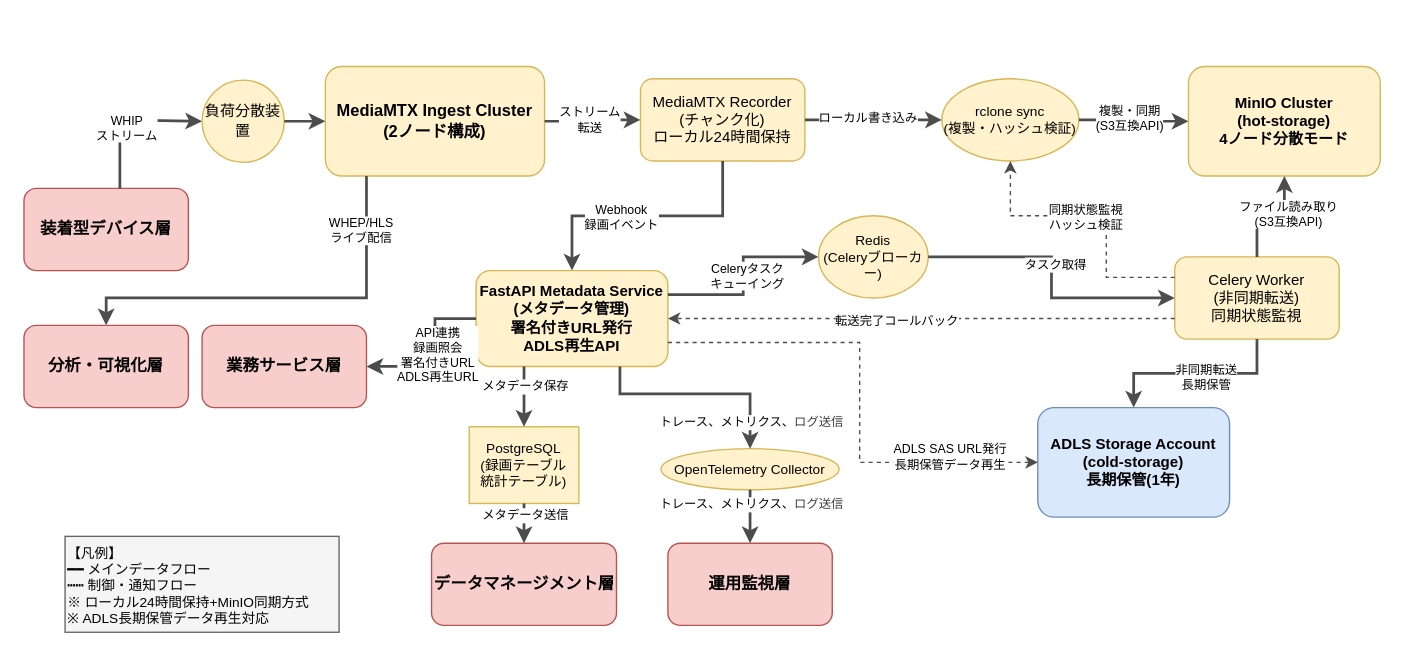
Above: docs/03000_設計書/03020_配信・記録層設計/03022_配信・記録層詳細設計/配信・記録層システム関連図.drawio in daichiTAAA/AirakuVision (draw.io), before the change. Source tidied: cells renumbered, new cells numbered last; positions are measured from the earlier drawing's top-left corner, leaving out a move shared by most shapes. Both pictures are drawn from the tidied source at 137%, with x=0, y=0 at pixel (23, 66).
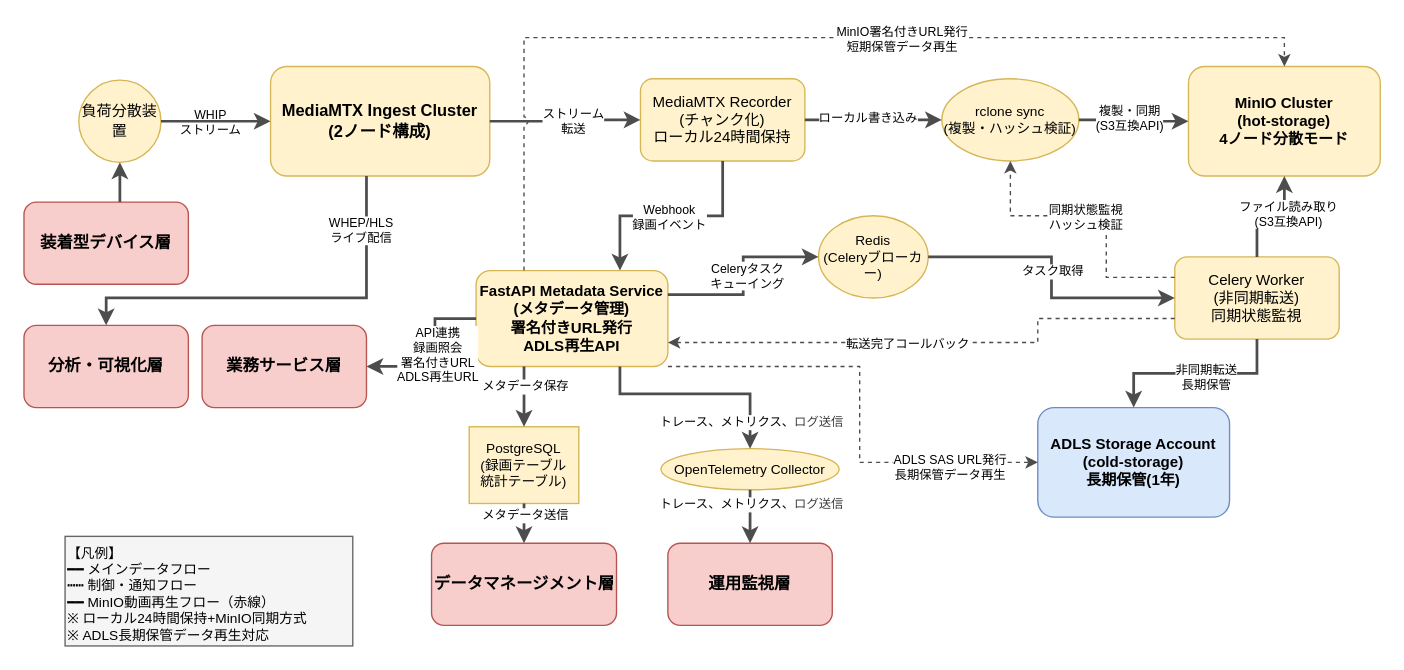
Above is the later version.

Commit message:
設計書を追加した

The change refers to these unchanged cells:
```xml
<mxCell id="5" value="MediaMTX Recorder&#10;(チャンク化)&#10;ローカル24時間保持" style="rounded=1;whiteSpace=wrap;html=1;fillColor=#fff2cc;strokeColor=#d6b656;fontSize=11;" parent="1" vertex="1">
  <mxGeometry x="450" y="9" width="120" height="60" as="geometry" />
</mxCell>
<mxCell id="7" value="MinIO Cluster&#10;(hot-storage)&#10;4ノード分散モード" style="rounded=1;whiteSpace=wrap;html=1;fillColor=#fff2cc;strokeColor=#d6b656;fontSize=11;fontStyle=1;" parent="1" vertex="1">
  <mxGeometry x="850" width="140" height="80" as="geometry" />
</mxCell>
<mxCell id="8" value="FastAPI Metadata Service&#10;(メタデータ管理)&#10;署名付きURL発行&#10;ADLS再生API" style="rounded=1;whiteSpace=wrap;html=1;fillColor=#fff2cc;strokeColor=#d6b656;fontSize=11;fontStyle=1;" parent="1" vertex="1">
  <mxGeometry x="330" y="149" width="140" height="70" as="geometry" />
</mxCell>
<mxCell id="10" value="Celery Worker&lt;div&gt;(非同期転送)&lt;/div&gt;&lt;div&gt;同期状態監視&lt;/div&gt;" style="rounded=1;whiteSpace=wrap;html=1;fillColor=#fff2cc;strokeColor=#d6b656;fontSize=11;" parent="1" vertex="1">
  <mxGeometry x="840" y="139" width="120" height="60" as="geometry" />
</mxCell>
<mxCell id="12" value="ADLS Storage Account&#10;(cold-storage)&#10;長期保管(1年)" style="rounded=1;whiteSpace=wrap;html=1;fillColor=#dae8fc;strokeColor=#6c8ebf;fontSize=11;fontStyle=1;" parent="1" vertex="1">
  <mxGeometry x="740" y="249" width="140" height="80" as="geometry" />
</mxCell>
<mxCell id="18" style="edgeStyle=orthogonalEdgeStyle;rounded=0;jettySize=auto;html=1;strokeWidth=2;strokeColor=#4D4D4D;" parent="1" edge="1" source="3" target="5">
  <mxGeometry relative="1" as="geometry" />
</mxCell>
<mxCell id="30" style="edgeStyle=elbowEdgeStyle;rounded=0;jettySize=auto;html=1;strokeWidth=2;strokeColor=#4D4D4D;entryX=0;entryY=0.5;entryDx=0;entryDy=0;" parent="1" edge="1" source="11" target="10">
  <mxGeometry relative="1" as="geometry" />
</mxCell>
```

The edit, as a diff of the source:
```diff
@@
     <mxCell id="2" value="装着型デバイス層" style="rounded=1;whiteSpace=wrap;html=1;fillColor=#f8cecc;strokeColor=#b85450;fontSize=12;fontStyle=1;" parent="1" vertex="1">
-      <mxGeometry y="89" width="120" height="60" as="geometry" />
+      <mxGeometry y="99" width="120" height="60" as="geometry" />
     </mxCell>
     <mxCell id="3" value="MediaMTX Ingest Cluster&#10;(2ノード構成)" style="rounded=1;whiteSpace=wrap;html=1;fillColor=#fff2cc;strokeColor=#d6b656;fontSize=12;fontStyle=1;" parent="1" vertex="1">
-      <mxGeometry x="220" width="160" height="80" as="geometry" />
+      <mxGeometry x="180" width="160" height="80" as="geometry" />
     </mxCell>
     <mxCell id="4" value="負荷分散装置" style="ellipse;whiteSpace=wrap;html=1;fillColor=#fff2cc;strokeColor=#d6b656;fontSize=11;" parent="1" vertex="1">
-      <mxGeometry x="130" y="10" width="60" height="60" as="geometry" />
+      <mxGeometry x="40" y="10" width="60" height="60" as="geometry" />
     </mxCell>
@@
-    <mxCell id="15" style="edgeStyle=orthogonalEdgeStyle;rounded=0;jettySize=auto;html=1;strokeWidth=2;strokeColor=#4D4D4D;entryX=0;entryY=0.5;entryDx=0;entryDy=0;" parent="1" edge="1" source="2" target="4">
-      <mxGeometry relative="1" as="geometry">
-        <Array as="points">
-          <mxPoint x="70" y="39" />
-          <mxPoint x="130" y="39" />
-        </Array>
-      </mxGeometry>
+    <mxCell id="15" style="edgeStyle=elbowEdgeStyle;rounded=0;jettySize=auto;html=1;strokeWidth=2;strokeColor=#4D4D4D;entryX=0.5;entryY=1;entryDx=0;entryDy=0;" parent="1" edge="1" source="2" target="4">
+      <mxGeometry relative="1" as="geometry" />
     </mxCell>
     <mxCell id="16" value="WHIP&#10;ストリーム" style="edgeLabel;html=1;align=center;verticalAlign=middle;fontSize=9;" parent="15" vertex="1">
       <mxGeometry x="-0.2" y="-1" relative="1" as="geometry">
-        <mxPoint x="3" y="-1" as="offset" />
+        <mxPoint x="64" y="-47" as="offset" />
       </mxGeometry>
     </mxCell>
@@
     <mxCell id="19" value="ストリーム&#10;転送" style="edgeLabel;html=1;align=center;verticalAlign=middle;fontSize=9;" parent="18" vertex="1">
-      <mxGeometry x="-0.1" y="2" relative="1" as="geometry" />
+      <mxGeometry x="-0.1" y="2" relative="1" as="geometry">
+        <mxPoint x="10" y="1" as="offset" />
+      </mxGeometry>
     </mxCell>
@@
-    <mxCell id="24" style="edgeStyle=orthogonalEdgeStyle;rounded=0;jettySize=auto;html=1;strokeWidth=2;strokeColor=#4D4D4D;jumpStyle=line;jumpSize=10;entryX=0.5;entryY=0;entryDx=0;entryDy=0;" parent="1" edge="1" source="5" target="8">
+    <mxCell id="24" style="edgeStyle=orthogonalEdgeStyle;rounded=0;jettySize=auto;html=1;strokeWidth=2;strokeColor=#4D4D4D;jumpStyle=line;jumpSize=10;entryX=0.75;entryY=0;entryDx=0;entryDy=0;" parent="1" edge="1" source="5" target="8">
       <mxGeometry relative="1" as="geometry" />
     </mxCell>
     <mxCell id="25" value="Webhook&#10;録画イベント" style="edgeLabel;html=1;align=center;verticalAlign=middle;fontSize=9;" parent="24" vertex="1">
       <mxGeometry x="0.1" y="1" relative="1" as="geometry">
-        <mxPoint x="-10" y="-1" as="offset" />
+        <mxPoint x="5" y="-1" as="offset" />
       </mxGeometry>
     </mxCell>
@@
     <mxCell id="31" value="タスク取得" style="edgeLabel;html=1;align=center;verticalAlign=middle;fontSize=9;" parent="30" vertex="1">
-      <mxGeometry x="-0.1" y="2" relative="1" as="geometry" />
+      <mxGeometry x="-0.1" y="2" relative="1" as="geometry">
+        <mxPoint x="-2" y="5" as="offset" />
+      </mxGeometry>
     </mxCell>
@@
-    <mxCell id="38" style="edgeStyle=elbowEdgeStyle;rounded=0;jettySize=auto;html=1;strokeWidth=1;strokeColor=#4D4D4D;dashed=1;entryX=0;entryY=0.5;entryDx=0;entryDy=0;exitX=1;exitY=0.75;exitDx=0;exitDy=0;" parent="1" edge="1" source="8" target="12">
+    <mxCell id="38" style="edgeStyle=elbowEdgeStyle;rounded=0;jettySize=auto;html=1;strokeWidth=1;strokeColor=#4D4D4D;dashed=1;entryX=0;entryY=0.5;entryDx=0;entryDy=0;exitX=1;exitY=1;exitDx=0;exitDy=0;" parent="1" edge="1" source="8" target="12">
       <mxGeometry relative="1" as="geometry">
         <Array as="points">
           <mxPoint x="610" y="249" />
         </Array>
       </mxGeometry>
     </mxCell>
@@
+    <mxCell id="56" style="edgeStyle=orthogonalEdgeStyle;rounded=0;jettySize=auto;html=1;strokeWidth=1;strokeColor=#4D4D4D;dashed=1;entryX=0.5;entryY=0;entryDx=0;entryDy=0;exitX=0.25;exitY=0;exitDx=0;exitDy=0;jumpStyle=arc;" parent="1" edge="1" source="8" target="7">
+      <mxGeometry relative="1" as="geometry">
+        <Array as="points">
+          <mxPoint x="365" y="-21" />
+          <mxPoint x="920" y="-21" />
+        </Array>
+      </mxGeometry>
+    </mxCell>
+    <mxCell id="57" value="MinIO署名付きURL発行&#10;短期保管データ再生" style="edgeLabel;html=1;align=center;verticalAlign=middle;fontSize=9;" parent="56" vertex="1">
+      <mxGeometry x="0.1" y="1" relative="1" as="geometry">
+        <mxPoint x="35" y="1" as="offset" />
+      </mxGeometry>
+    </mxCell>
-    <mxCell id="40" style="edgeStyle=orthogonalEdgeStyle;rounded=0;jettySize=auto;html=1;strokeWidth=1;strokeColor=#4D4D4D;dashed=1;jumpStyle=line;jumpSize=10;entryX=1;entryY=0.5;entryDx=0;entryDy=0;exitX=0;exitY=0.75;exitDx=0;exitDy=0;" parent="1" edge="1" source="10" target="8">
+    <mxCell id="40" style="edgeStyle=orthogonalEdgeStyle;rounded=0;jettySize=auto;html=1;strokeWidth=1;strokeColor=#4D4D4D;dashed=1;jumpStyle=line;jumpSize=10;entryX=1;entryY=0.75;entryDx=0;entryDy=0;exitX=0;exitY=0.75;exitDx=0;exitDy=0;" parent="1" edge="1" source="10" target="8">
       <mxGeometry relative="1" as="geometry">
         <Array as="points">
-          <mxPoint x="570" y="184" />
-          <mxPoint x="570" y="184" />
+          <mxPoint x="740" y="184" />
+          <mxPoint x="740" y="202" />
         </Array>
       </mxGeometry>
     </mxCell>
@@
-    <mxCell id="46" value="【凡例】&lt;br&gt;━━ メインデータフロー&lt;br&gt;┅┅ 制御・通知フロー&lt;br&gt;※ ローカル24時間保持+MinIO同期方式&lt;br&gt;※ ADLS長期保管データ再生対応" style="rounded=0;whiteSpace=wrap;html=1;fillColor=#f5f5f5;strokeColor=#666666;fontSize=10;align=left;verticalAlign=top;" parent="1" vertex="1">
-      <mxGeometry x="30" y="343" width="200" height="70" as="geometry" />
+    <mxCell id="46" value="【凡例】&lt;br&gt;━━ メインデータフロー&lt;br&gt;┅┅ 制御・通知フロー&lt;br&gt;━━ MinIO動画再生フロー（赤線）&lt;br&gt;※ ローカル24時間保持+MinIO同期方式&lt;br&gt;※ ADLS長期保管データ再生対応" style="rounded=0;whiteSpace=wrap;html=1;fillColor=#f5f5f5;strokeColor=#666666;fontSize=10;align=left;verticalAlign=top;" parent="1" vertex="1">
+      <mxGeometry x="30" y="343" width="210" height="80" as="geometry" />
     </mxCell>
```
